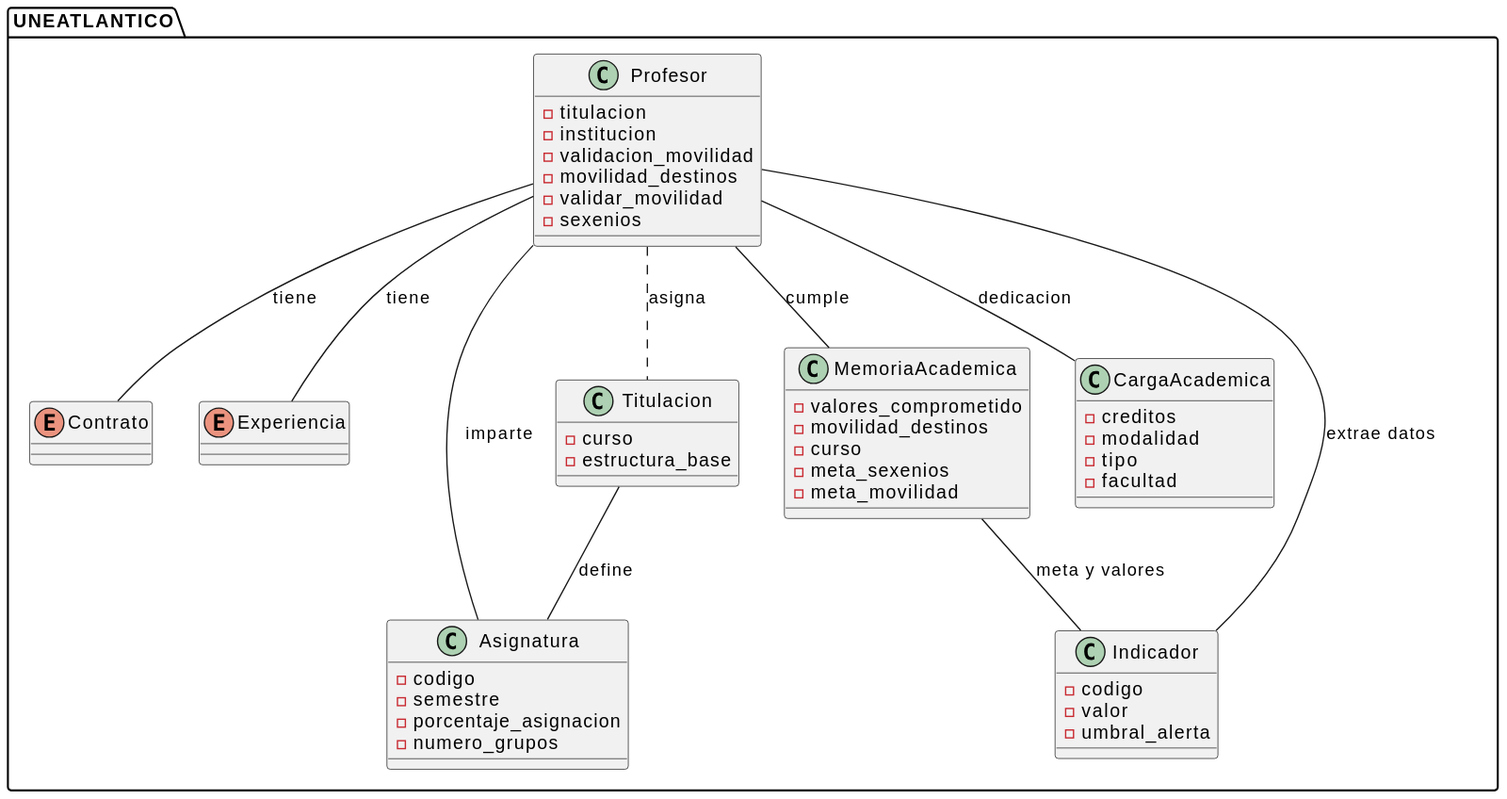
The PlantUML diagram images/modelosUML/MdD/diagramaDeClases.svg in mmasias/24-25-IdSw1-SDR, before a commit.
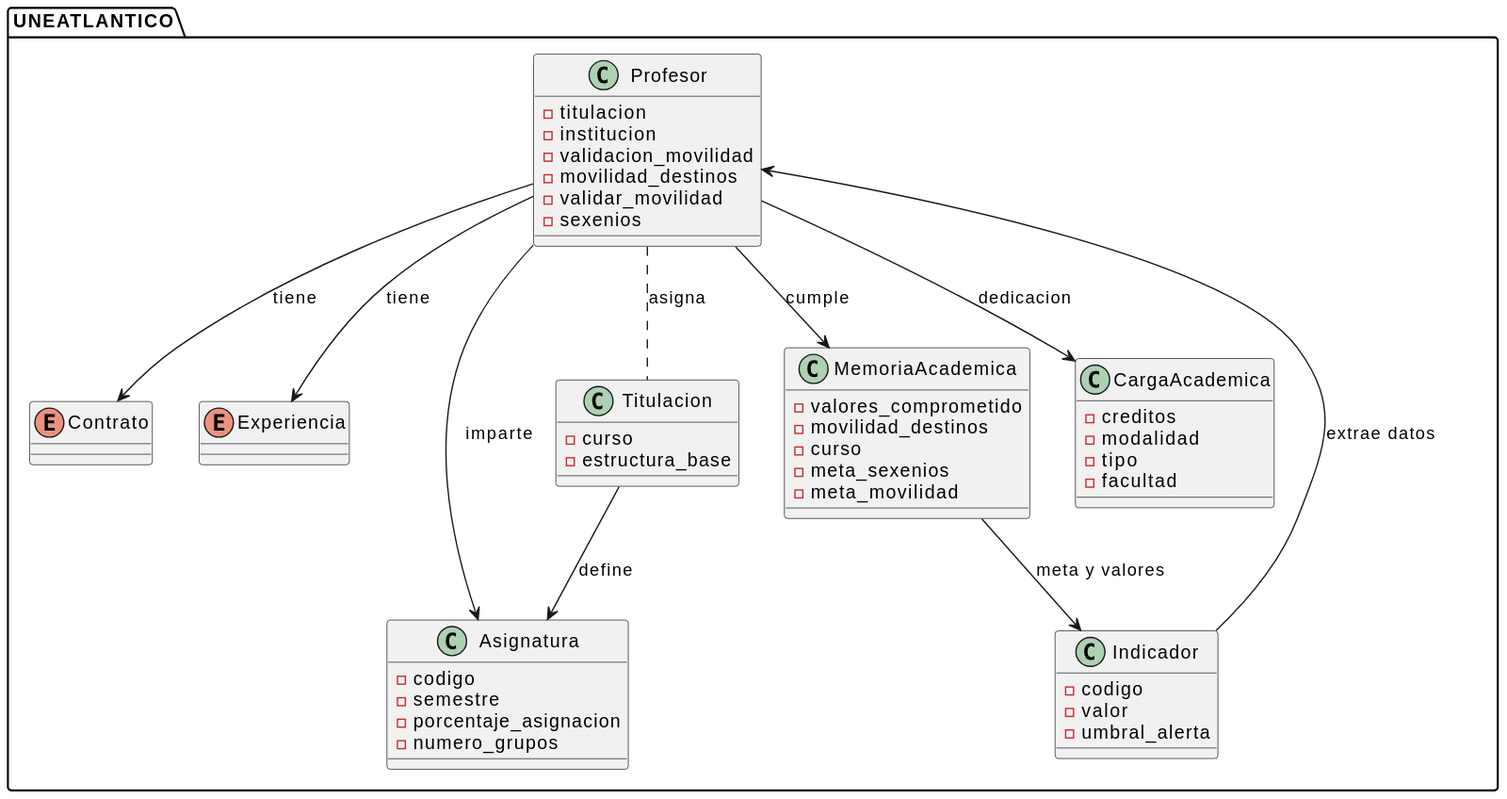
The same diagram one commit later.

Commit message:
Arreglo de las relaciones entre diagrama de clases y de objetos

Change to the diagram source:
```diff
@@ -47,14 +47,15 @@
         - facultad
     }
 
-    Profesor -- Contrato : tiene
-    Profesor -- Experiencia : tiene
-    Profesor -- CargaAcademica : dedicacion
+    Profesor --> Contrato : tiene
+    Profesor --> Experiencia : tiene
+    Profesor --> CargaAcademica : dedicacion
     Profesor .. Titulacion : asigna
-    Profesor -- Asignatura : imparte
-    Profesor -- MemoriaAcademica : cumple
-    MemoriaAcademica -- Indicador : meta y valores
-    Indicador -- Profesor : extrae datos
-    Titulacion -- Asignatura : define
+    Profesor --> Asignatura : imparte
+    Profesor --> MemoriaAcademica : cumple
+    MemoriaAcademica --> Indicador : meta y valores
+    Indicador --> Profesor : extrae datos
+    Titulacion --> Asignatura : define
+
 }
 @enduml
```
